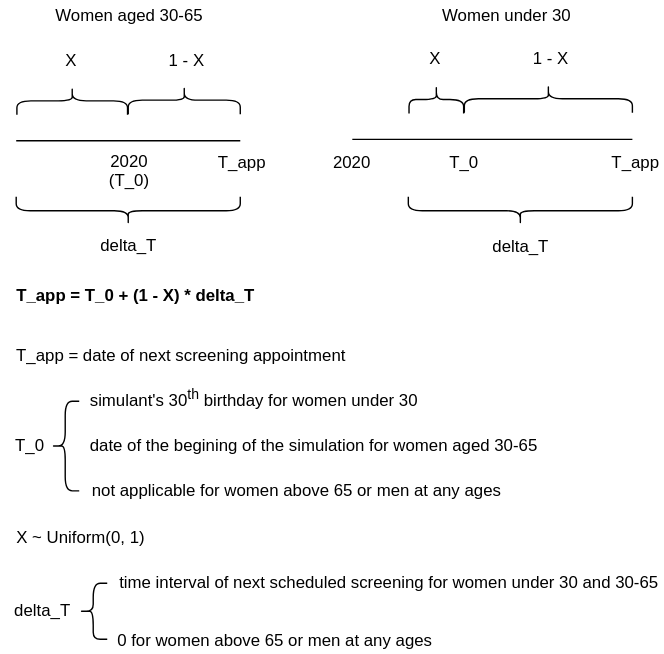
Earlier version of the draw.io export docs/source/concept_models/vivarium_swissre_cervicalcancer/cervical_cancer_screening_event_time.svg (ihmeuw/vivarium_research). Source tidied: cells renumbered, new cells last; positions are measured from the earlier drawing's top-left corner, leaving out a move shared by most shapes.
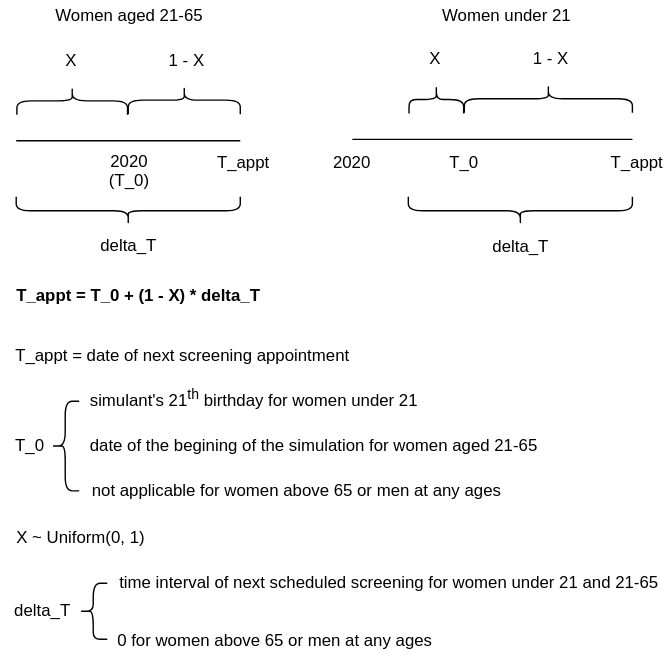
The same file after the commit.

Commit message:
update the screening scenario and screening algorithm

Diff of the diagram source:
```diff
@@ -29,8 +29,8 @@
     <mxCell id="9" value="1 - X" style="text;html=1;strokeColor=none;fillColor=none;align=center;verticalAlign=middle;whiteSpace=wrap;rounded=0;" parent="1" vertex="1">
       <mxGeometry x="112" y="32" width="40" height="20" as="geometry" />
     </mxCell>
-    <mxCell id="10" value="&lt;b&gt;T_app = T_0 + (1 - X) * delta_T&lt;/b&gt;" style="text;html=1;strokeColor=none;fillColor=none;align=center;verticalAlign=middle;whiteSpace=wrap;rounded=0;" parent="1" vertex="1">
-      <mxGeometry x="3" y="200" width="185" height="20" as="geometry" />
+    <mxCell id="10" value="&lt;b&gt;T_appt = T_0 + (1 - X) * delta_T&lt;/b&gt;" style="text;html=1;strokeColor=none;fillColor=none;align=center;verticalAlign=middle;whiteSpace=wrap;rounded=0;" parent="1" vertex="1">
+      <mxGeometry x="5" y="200" width="185" height="20" as="geometry" />
     </mxCell>
     <mxCell id="11" value="X ~ Uniform(0, 1)&amp;nbsp;" style="text;html=1;strokeColor=none;fillColor=none;align=center;verticalAlign=middle;whiteSpace=wrap;rounded=0;" parent="1" vertex="1">
       <mxGeometry x="8" y="373" width="100" height="20" as="geometry" />
@@ -41,16 +41,16 @@
     <mxCell id="13" style="shape=curlyBracket;whiteSpace=wrap;html=1;rounded=1;" parent="1" vertex="1">
       <mxGeometry x="36" y="286" width="20" height="64" as="geometry" />
     </mxCell>
-    <mxCell id="14" value="simulant's 30&lt;sup&gt;th&lt;/sup&gt; birthday for women under 30" style="text;html=1;" parent="1" vertex="1">
+    <mxCell id="14" value="simulant's 21&lt;sup&gt;th&lt;/sup&gt; birthday for women under 21" style="text;html=1;" parent="1" vertex="1">
       <mxGeometry x="62" y="269" width="260" height="30" as="geometry" />
     </mxCell>
-    <mxCell id="15" value="date of the begining of the simulation for women aged 30-65" style="text;html=1;" parent="1" vertex="1">
+    <mxCell id="15" value="date of the begining of the simulation for women aged 21-65" style="text;html=1;" parent="1" vertex="1">
       <mxGeometry x="62" y="304" width="328" height="30" as="geometry" />
     </mxCell>
     <mxCell id="16" value="T_0" style="text;html=1;strokeColor=none;fillColor=none;align=center;verticalAlign=middle;whiteSpace=wrap;rounded=0;" parent="1" vertex="1">
       <mxGeometry y="307" width="40" height="20" as="geometry" />
     </mxCell>
-    <mxCell id="17" value="time interval of next scheduled screening for women under 30 and 30-65" style="text;html=1;" parent="1" vertex="1">
+    <mxCell id="17" value="time interval of next scheduled screening for women under 21 and 21-65" style="text;html=1;" parent="1" vertex="1">
       <mxGeometry x="83" y="402" width="337" height="30" as="geometry" />
     </mxCell>
     <mxCell id="18" value="delta_T" style="text;html=1;" parent="1" vertex="1">
@@ -89,22 +89,22 @@
     <mxCell id="28" value="1 - X" style="text;html=1;strokeColor=none;fillColor=none;align=center;verticalAlign=middle;whiteSpace=wrap;rounded=0;" parent="1" vertex="1">
       <mxGeometry x="372" y="31" width="40" height="20" as="geometry" />
     </mxCell>
-    <mxCell id="29" value="T_app" style="text;html=1;strokeColor=none;fillColor=none;align=center;verticalAlign=middle;whiteSpace=wrap;rounded=0;" parent="1" vertex="1">
+    <mxCell id="29" value="T_appt" style="text;html=1;strokeColor=none;fillColor=none;align=center;verticalAlign=middle;whiteSpace=wrap;rounded=0;" parent="1" vertex="1">
       <mxGeometry x="152" y="105" width="40" height="20" as="geometry" />
     </mxCell>
     <mxCell id="30" value="T_0" style="text;html=1;strokeColor=none;fillColor=none;align=center;verticalAlign=middle;whiteSpace=wrap;rounded=0;" parent="1" vertex="1">
       <mxGeometry x="310" y="105" width="40" height="20" as="geometry" />
     </mxCell>
-    <mxCell id="31" value="T_app" style="text;html=1;strokeColor=none;fillColor=none;align=center;verticalAlign=middle;whiteSpace=wrap;rounded=0;" parent="1" vertex="1">
+    <mxCell id="31" value="T_appt" style="text;html=1;strokeColor=none;fillColor=none;align=center;verticalAlign=middle;whiteSpace=wrap;rounded=0;" parent="1" vertex="1">
       <mxGeometry x="433" y="105" width="40" height="20" as="geometry" />
     </mxCell>
-    <mxCell id="32" value="T_app = date of next screening appointment" style="text;html=1;strokeColor=none;fillColor=none;align=center;verticalAlign=middle;whiteSpace=wrap;rounded=0;" parent="1" vertex="1">
-      <mxGeometry x="8.5" y="243" width="240" height="20" as="geometry" />
+    <mxCell id="32" value="T_appt = date of next screening appointment" style="text;html=1;strokeColor=none;fillColor=none;align=center;verticalAlign=middle;whiteSpace=wrap;rounded=0;" parent="1" vertex="1">
+      <mxGeometry x="8" y="243" width="243" height="20" as="geometry" />
     </mxCell>
-    <mxCell id="33" value="Women aged 30-65" style="text;html=1;strokeColor=none;fillColor=none;align=center;verticalAlign=middle;whiteSpace=wrap;rounded=0;" parent="1" vertex="1">
+    <mxCell id="33" value="Women aged 21-65" style="text;html=1;strokeColor=none;fillColor=none;align=center;verticalAlign=middle;whiteSpace=wrap;rounded=0;" parent="1" vertex="1">
       <mxGeometry x="34.5" width="113" height="20" as="geometry" />
     </mxCell>
-    <mxCell id="34" value="Women under 30" style="text;html=1;strokeColor=none;fillColor=none;align=center;verticalAlign=middle;whiteSpace=wrap;rounded=0;" parent="1" vertex="1">
+    <mxCell id="34" value="Women under 21" style="text;html=1;strokeColor=none;fillColor=none;align=center;verticalAlign=middle;whiteSpace=wrap;rounded=0;" parent="1" vertex="1">
       <mxGeometry x="312" width="98" height="20" as="geometry" />
     </mxCell>
   </root>
```
